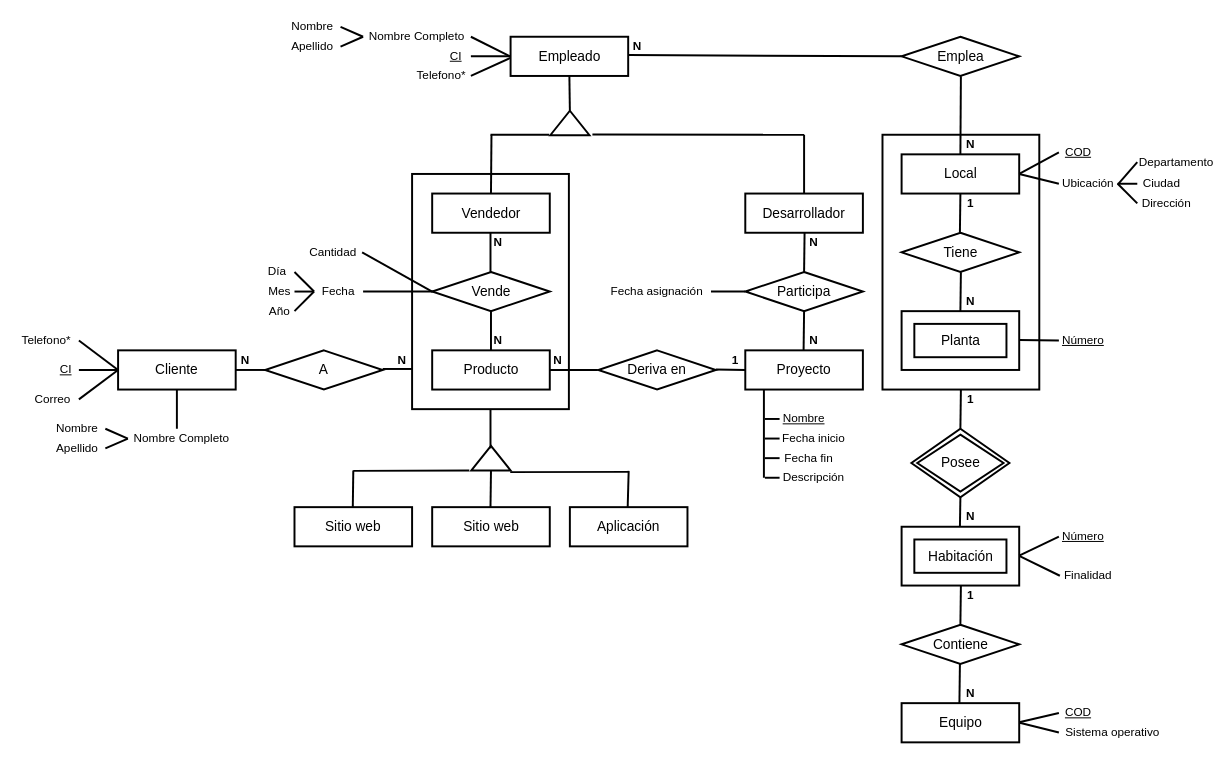
Before: MER Con atributos.drawio in AMR-Dev/database, a draw.io diagram. Source tidied: cells renumbered, new cells numbered last; positions are measured from the earlier drawing's top-left corner, leaving out a move shared by most shapes. Both pictures are drawn from the tidied source at 98%, with x=0, y=0 at pixel (17, 17).
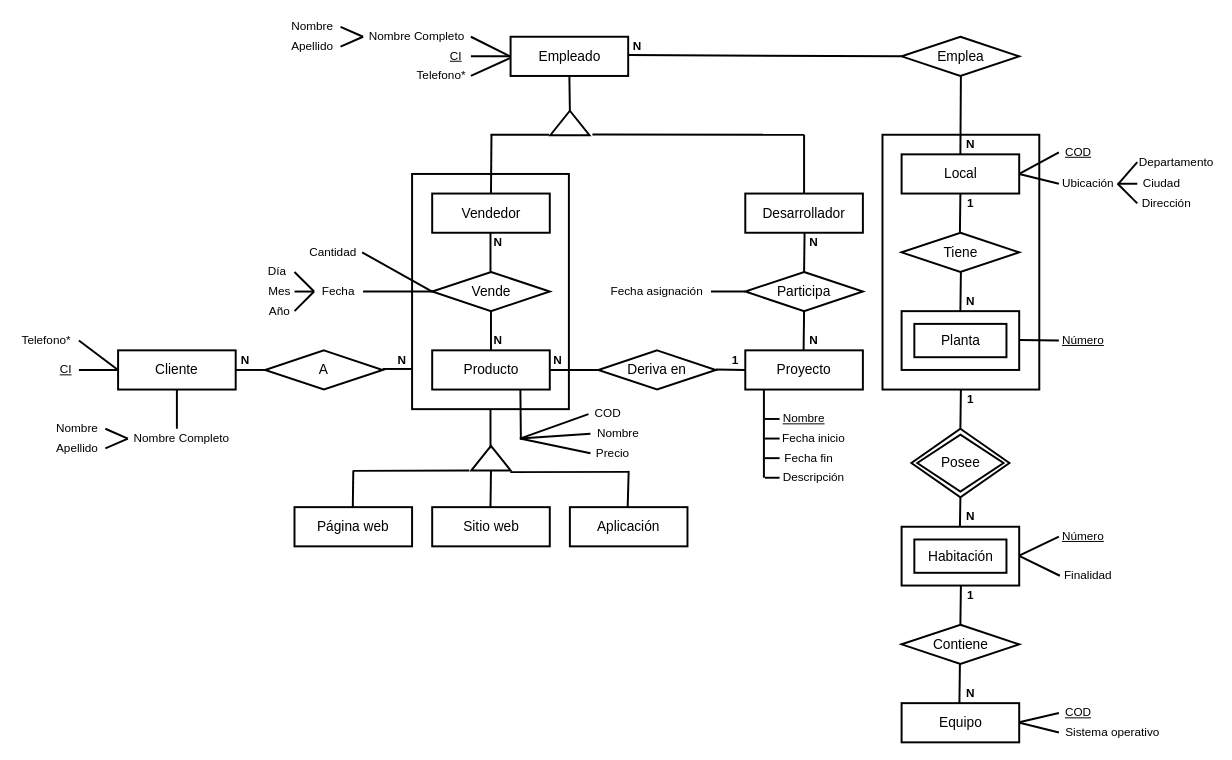
After the change.

Unchanged cells that the change refers to:
```xml
<mxCell id="21" value="Producto" style="strokeWidth=2;whiteSpace=wrap;html=1;align=center;fontSize=14;" parent="1" vertex="1">
  <mxGeometry x="423.5" y="340" width="120" height="40" as="geometry" />
</mxCell>
<mxCell id="27" value="Cliente" style="strokeWidth=2;whiteSpace=wrap;html=1;align=center;fontSize=14;" parent="1" vertex="1">
  <mxGeometry x="103" y="340" width="120" height="40" as="geometry" />
</mxCell>
```

Change to the diagram source:
```diff
@@
-    <mxCell id="25" value="Sitio web" style="strokeWidth=2;whiteSpace=wrap;html=1;align=center;fontSize=14;" parent="1" vertex="1">
+    <mxCell id="25" value="Página web" style="strokeWidth=2;whiteSpace=wrap;html=1;align=center;fontSize=14;" parent="1" vertex="1">
       <mxGeometry x="283" y="500" width="120" height="40" as="geometry" />
     </mxCell>
@@
-    <mxCell id="102" style="endArrow=none;html=1;strokeWidth=2;exitX=0;exitY=0.5;exitDx=0;exitDy=0;" parent="1" edge="1" source="27">
-      <mxGeometry relative="1" as="geometry">
-        <mxPoint x="63" y="390" as="targetPoint" />
-      </mxGeometry>
-    </mxCell>
-    <mxCell id="103" value="Correo" style="text;html=1;strokeColor=none;fillColor=none;align=center;verticalAlign=middle;whiteSpace=wrap;rounded=0;" parent="1" vertex="1">
-      <mxGeometry x="13" y="380" width="47" height="20" as="geometry" />
-    </mxCell>
@@
+    <mxCell id="133" value="COD" style="text;html=1;strokeColor=none;fillColor=none;align=center;verticalAlign=middle;whiteSpace=wrap;rounded=0;" parent="1" vertex="1">
+      <mxGeometry x="583" y="395" width="40" height="20" as="geometry" />
+    </mxCell>
+    <mxCell id="134" value="Nombre" style="text;html=1;strokeColor=none;fillColor=none;align=center;verticalAlign=middle;whiteSpace=wrap;rounded=0;" parent="1" vertex="1">
+      <mxGeometry x="585" y="415" width="57" height="20" as="geometry" />
+    </mxCell>
+    <mxCell id="135" value="Precio" style="text;html=1;strokeColor=none;fillColor=none;align=center;verticalAlign=middle;whiteSpace=wrap;rounded=0;" parent="1" vertex="1">
+      <mxGeometry x="585" y="435" width="46" height="20" as="geometry" />
+    </mxCell>
+    <mxCell id="136" style="endArrow=none;html=1;strokeWidth=2;entryX=0.75;entryY=1;entryDx=0;entryDy=0;" parent="1" edge="1" target="21">
+      <mxGeometry relative="1" as="geometry">
+        <mxPoint x="514" y="430" as="sourcePoint" />
+      </mxGeometry>
+    </mxCell>
+    <mxCell id="137" style="endArrow=none;html=1;strokeWidth=2;exitX=0;exitY=0.5;exitDx=0;exitDy=0;" parent="1" edge="1" source="135">
+      <mxGeometry relative="1" as="geometry">
+        <mxPoint x="513" y="430" as="targetPoint" />
+      </mxGeometry>
+    </mxCell>
+    <mxCell id="138" style="endArrow=none;html=1;strokeWidth=2;entryX=0;entryY=0.5;entryDx=0;entryDy=0;" parent="1" edge="1" target="134">
+      <mxGeometry relative="1" as="geometry">
+        <mxPoint x="513" y="430" as="sourcePoint" />
+      </mxGeometry>
+    </mxCell>
+    <mxCell id="139" style="endArrow=none;html=1;strokeWidth=2;" parent="1" edge="1">
+      <mxGeometry relative="1" as="geometry">
+        <mxPoint x="513" y="430" as="sourcePoint" />
+        <mxPoint x="583" y="405" as="targetPoint" />
+      </mxGeometry>
+    </mxCell>
```
